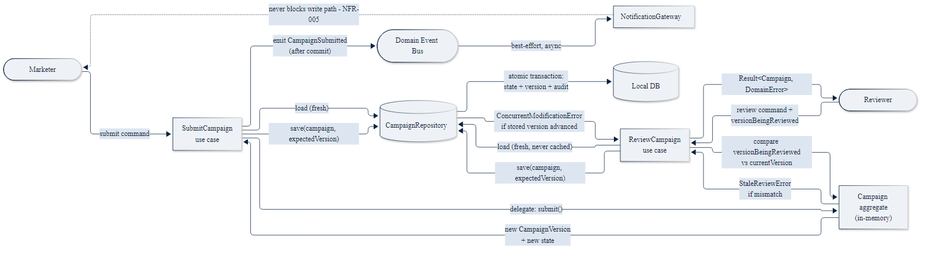
This is docs/05-diagrams/rendered/data-flow.png from dhruvjaink07/mal4-martech, a Mermaid export, as it was before one commit. Its source is kept beside it as docs/05-diagrams/data-flow.mmd.
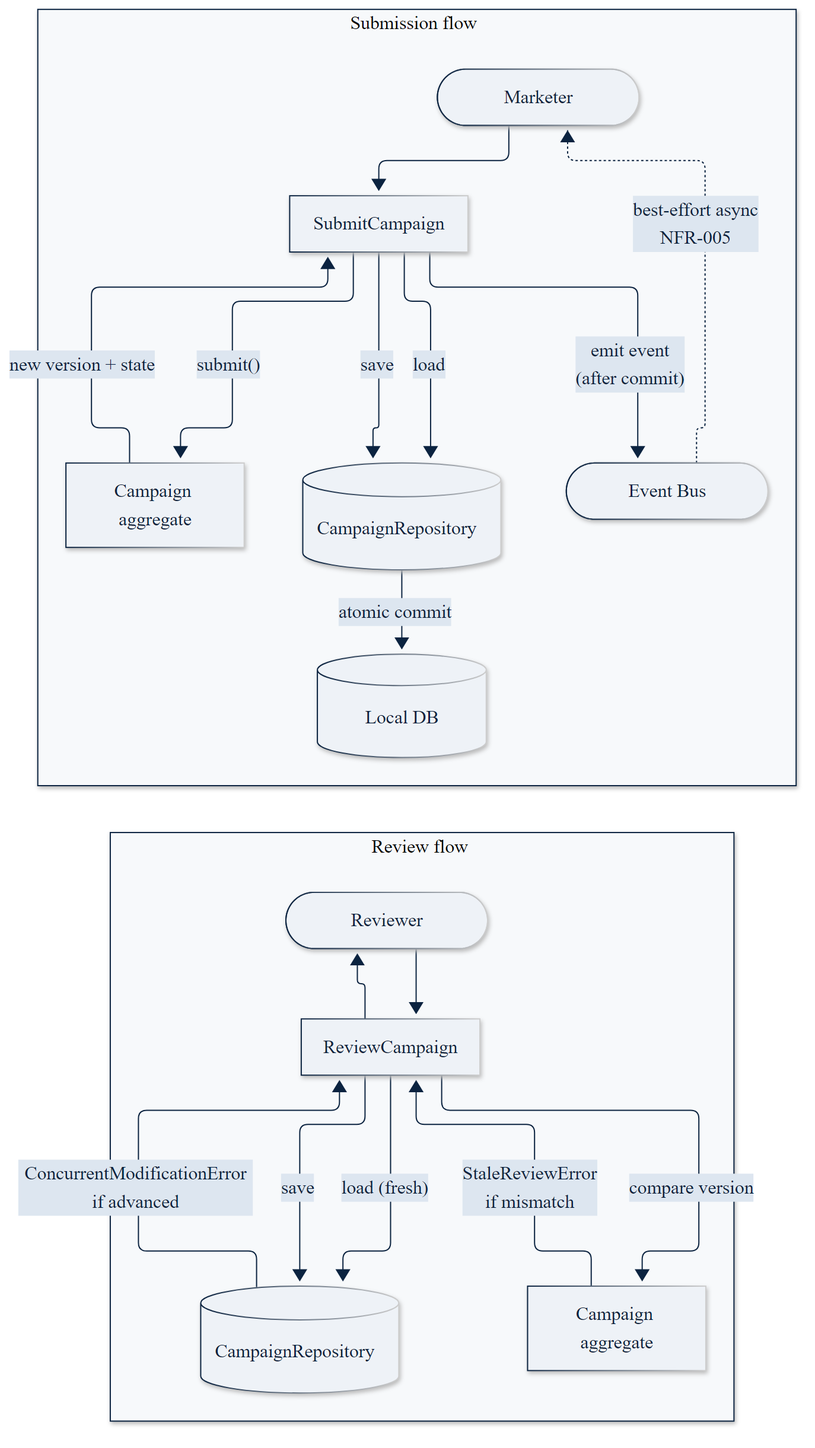
Above is the later version.

The edit, as a diff of the source:
```diff
@@ -1,20 +1,30 @@
 
-%%{init: {'theme':'base', 'themeVariables': {'primaryColor':'#eef2f7','primaryBorderColor':'#0b2340','primaryTextColor':'#0b2340','lineColor':'#0b2340','secondaryColor':'#dde6f0','tertiaryColor':'#ffffff','fontFamily':'Helvetica, Arial, sans-serif'}}}%%
-graph LR
-    Marketer(["Marketer"]) -->|"submit command"| UC1["SubmitCampaign<br/>use case"]
-    UC1 -->|"load (fresh)"| Repo[("CampaignRepository")]
-    UC1 -->|"delegate: submit()"| Agg["Campaign aggregate<br/>(in-memory)"]
-    Agg -->|"new CampaignVersion<br/>+ new state"| UC1
-    UC1 -->|"save(campaign, expectedVersion)"| Repo
-    Repo -->|"atomic transaction:<br/>state + version + audit"| DB[("Local DB")]
-    UC1 -->|"emit CampaignSubmitted<br/>(after commit)"| Events(["Domain Event Bus"])
-    Events -->|"best-effort, async"| NotifyGw["NotificationGateway"]
-    NotifyGw -.->|"never blocks write path - NFR-005"| Marketer
+%%{init: {'theme':'base', 'themeVariables': {'primaryColor':'#eef2f7','primaryBorderColor':'#0b2340','primaryTextColor':'#0b2340','lineColor':'#0b2340','secondaryColor':'#dde6f0','tertiaryColor':'#ffffff','fontFamily':'Helvetica, Arial, sans-serif','fontSize':'16px'}}}%%
+graph TD
+    subgraph Submit["Submission flow"]
+        direction TB
+        Marketer(["Marketer"]) --> UC1["SubmitCampaign"]
+        UC1 -->|"load"| Repo1[("CampaignRepository")]
+        UC1 -->|"submit()"| Agg1["Campaign aggregate"]
+        Agg1 -->|"new version + state"| UC1
+        UC1 -->|"save"| Repo1
+        Repo1 -->|"atomic commit"| DB1[("Local DB")]
+        UC1 -->|"emit event<br/>(after commit)"| Events1(["Event Bus"])
+        Events1 -.->|"best-effort async<br/>NFR-005"| Marketer
+    end
 
-    Reviewer(["Reviewer"]) -->|"review command +<br/>versionBeingReviewed"| UC2["ReviewCampaign<br/>use case"]
-    UC2 -->|"load (fresh, never cached)"| Repo
-    UC2 -->|"compare versionBeingReviewed<br/>vs currentVersion"| Agg
-    Agg -->|"StaleReviewError<br/>if mismatch"| UC2
-    UC2 -->|"save(campaign, expectedVersion)"| Repo
-    Repo -->|"ConcurrentModificationError<br/>if stored version advanced"| UC2
-    UC2 -->|"Result&lt;Campaign, DomainError&gt;"| Reviewer
+    subgraph Review["Review flow"]
+        direction TB
+        Reviewer(["Reviewer"]) --> UC2["ReviewCampaign"]
+        UC2 -->|"load (fresh)"| Repo2[("CampaignRepository")]
+        UC2 -->|"compare version"| Agg2["Campaign aggregate"]
+        Agg2 -->|"StaleReviewError<br/>if mismatch"| UC2
+        UC2 -->|"save"| Repo2
+        Repo2 -->|"ConcurrentModificationError<br/>if advanced"| UC2
+        UC2 --> Reviewer
+    end
+
+    Submit ~~~ Review
+
+    style Submit fill:#f7f9fb,stroke:#0b2340,stroke-width:1px
+    style Review fill:#f7f9fb,stroke:#0b2340,stroke-width:1px
```
